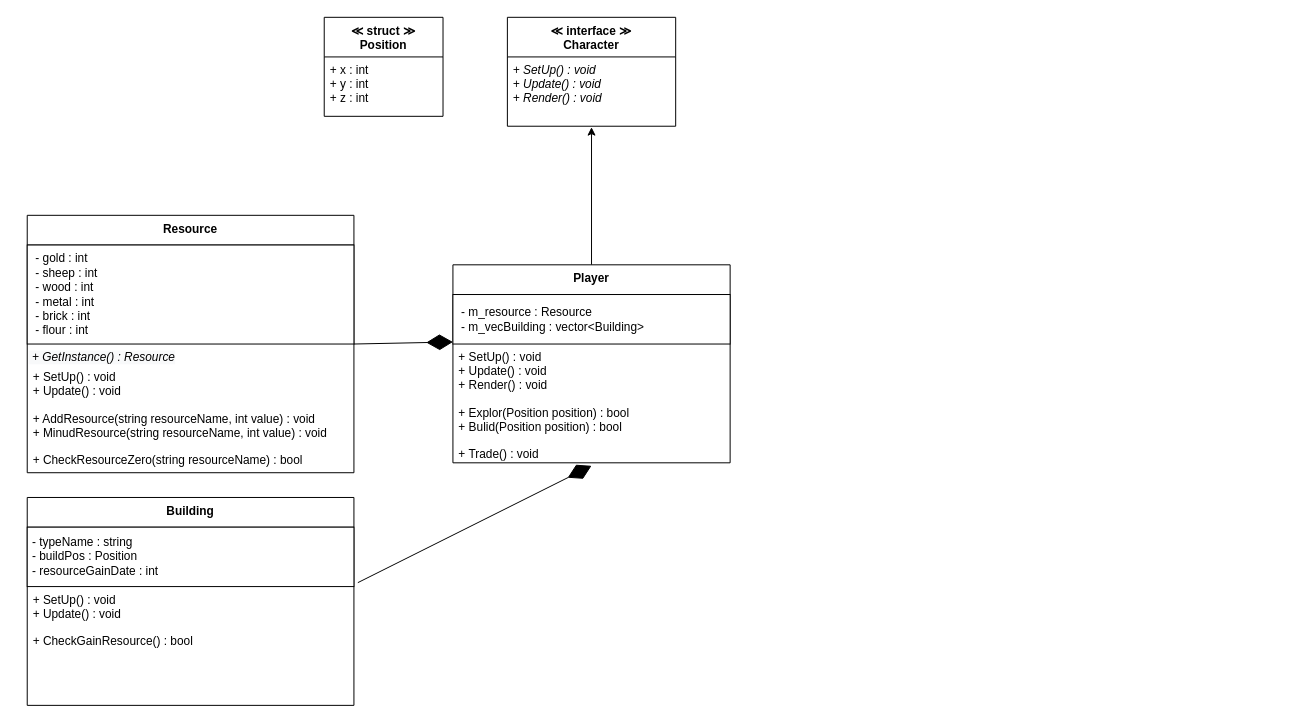
This is 00. 기획 수업/과제/201017 기획과제_design homework.drawio from tireDep/InhaUniv_Education, a draw.io file, before an edit. Source tidied: cells renumbered, new cells numbered last; positions are measured from the earlier drawing's top-left corner, leaving out a move shared by most shapes. Both pictures are drawn from the tidied source at 99%, with x=0, y=0 at pixel (27, 17).
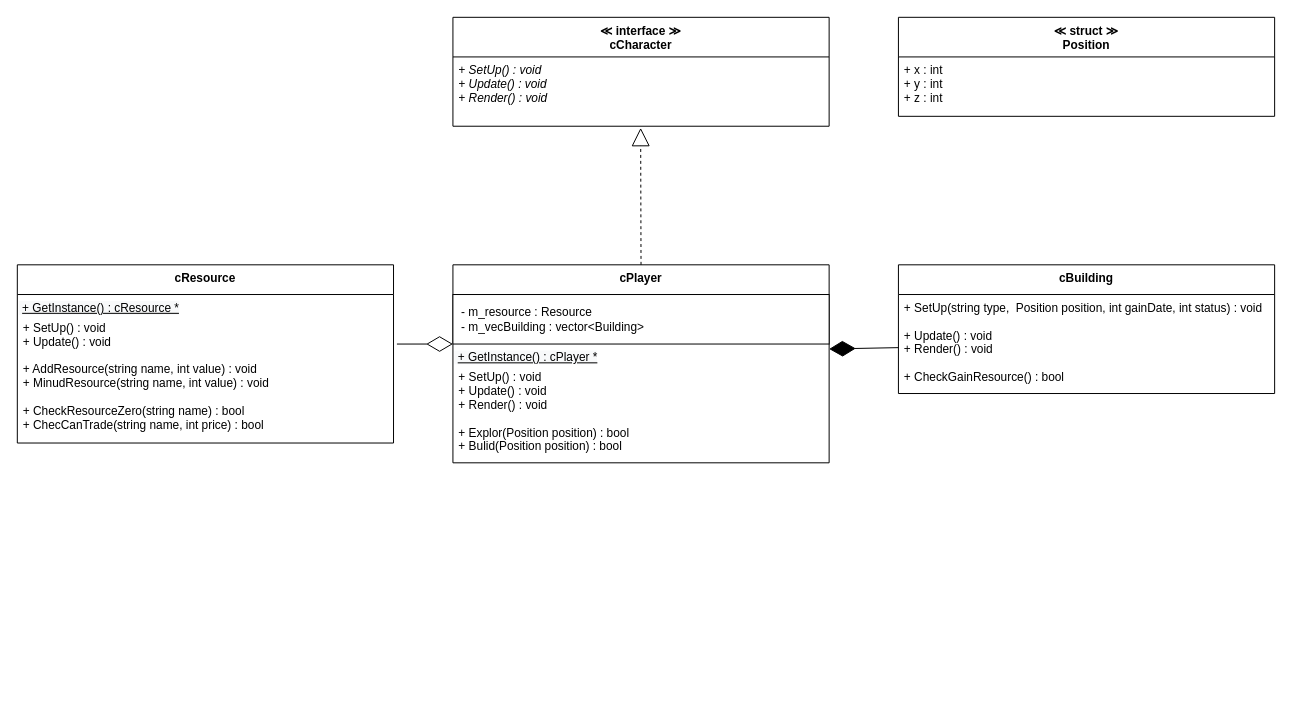
Above is the later version.

What changed in the source:
```diff
@@
 <mxGraphModel>
   <root>
     <mxCell id="0" />
     <mxCell id="1" parent="0" />
-    <mxCell id="2" style="endArrow=classic;html=1;exitX=0.5;exitY=0;exitDx=0;exitDy=0;entryX=0.5;entryY=1.014;entryDx=0;entryDy=0;entryPerimeter=0;" parent="1" edge="1" source="8" target="12">
-      <mxGeometry relative="1" as="geometry" />
-    </mxCell>
-    <mxCell id="3" style="endArrow=diamondThin;endFill=1;endSize=24;html=1;entryX=0;entryY=-0.017;entryDx=0;entryDy=0;exitX=1;exitY=0;exitDx=0;exitDy=0;entryPerimeter=0;" parent="1" edge="1" source="6" target="10">
+    <mxCell id="3" style="endArrow=diamondThin;endFill=0;endSize=24;html=1;entryX=0;entryY=0;entryDx=0;entryDy=0;exitX=1.009;exitY=0.231;exitDx=0;exitDy=0;exitPerimeter=0;" parent="1" edge="1" source="7" target="19">
       <mxGeometry relative="1" as="geometry" />
     </mxCell>
-    <mxCell id="4" value="Resource" style="swimlane;fontStyle=1;align=center;verticalAlign=top;horizontal=1;startSize=30;" parent="1" vertex="1">
-      <mxGeometry y="200" width="330" height="260" as="geometry" />
-    </mxCell>
-    <mxCell id="5" value="&amp;nbsp; - gold : int&lt;br&gt;&amp;nbsp; - sheep : int&lt;br&gt;&amp;nbsp; - wood : int&lt;br&gt;&amp;nbsp; - metal : int&lt;br&gt;&amp;nbsp; - brick : int&lt;br&gt;&amp;nbsp; - flour : int" style="html=1;align=left;" parent="4" vertex="1">
-      <mxGeometry y="30" width="330" height="100" as="geometry" />
-    </mxCell>
-    <mxCell id="6" value="&lt;span style=&quot;color: rgb(0 , 0 , 0) ; font-family: &amp;#34;helvetica&amp;#34; ; font-size: 12px ; font-weight: 400 ; letter-spacing: normal ; text-align: left ; text-indent: 0px ; text-transform: none ; word-spacing: 0px ; background-color: rgb(248 , 249 , 250) ; display: inline ; float: none&quot;&gt;&lt;i&gt;&amp;nbsp;+ GetInstance() : Resource&lt;/i&gt;&lt;/span&gt;" style="text;whiteSpace=wrap;html=1;" parent="4" vertex="1">
-      <mxGeometry y="130" width="330" height="20" as="geometry" />
-    </mxCell>
-    <mxCell id="7" value="+ SetUp() : void&#10;+ Update() : void&#10;&#10;+ AddResource(string resourceName, int value) : void&#10;+ MinudResource(string resourceName, int value) : void&#10;&#10;+ CheckResourceZero(string resourceName) : bool" style="text;strokeColor=none;fillColor=none;align=left;verticalAlign=top;spacingLeft=4;spacingRight=4;overflow=hidden;points=[[0,0.5],[1,0.5]];portConstraint=eastwest;" parent="4" vertex="1">
-      <mxGeometry y="150" width="330" height="110" as="geometry" />
-    </mxCell>
+    <mxCell id="15" style="endArrow=diamondThin;endFill=1;endSize=24;html=1;entryX=1;entryY=0.25;entryDx=0;entryDy=0;startSize=6;jumpSize=0;" parent="1" edge="1" source="18" target="19">
+      <mxGeometry relative="1" as="geometry" />
+    </mxCell>
-    <mxCell id="8" value="Player" style="swimlane;fontStyle=1;align=center;verticalAlign=top;horizontal=1;startSize=30;" parent="1" vertex="1">
-      <mxGeometry x="430" y="250" width="280" height="200" as="geometry" />
+    <mxCell id="8" value="cPlayer" style="swimlane;fontStyle=1;align=center;verticalAlign=top;horizontal=1;startSize=30;" parent="1" vertex="1">
+      <mxGeometry x="430" y="250" width="380" height="200" as="geometry" />
     </mxCell>
     <mxCell id="9" value="&lt;span&gt;&amp;nbsp; - m_resource :&amp;nbsp;&lt;/span&gt;Resource&amp;nbsp;&lt;br&gt;&amp;nbsp; - m_vecBuilding : vector&amp;lt;Building&amp;gt;" style="html=1;align=left;" parent="8" vertex="1">
-      <mxGeometry y="30" width="280" height="50" as="geometry" />
+      <mxGeometry y="30" width="380" height="50" as="geometry" />
     </mxCell>
+    <mxCell id="19" value="&lt;span style=&quot;color: rgb(0 , 0 , 0) ; font-family: &amp;#34;helvetica&amp;#34; ; font-size: 12px ; font-weight: 400 ; letter-spacing: normal ; text-align: left ; text-indent: 0px ; text-transform: none ; word-spacing: 0px ; background-color: rgb(248 , 249 , 250) ; display: inline ; float: none&quot;&gt;&amp;nbsp;&lt;u&gt;+ GetInstance() : cPlayer *&lt;/u&gt;&lt;/span&gt;" style="text;whiteSpace=wrap;html=1;" parent="8" vertex="1">
+      <mxGeometry y="80" width="380" height="20" as="geometry" />
+    </mxCell>
-    <mxCell id="10" value="+ SetUp() : void&#10;+ Update() : void&#10;+ Render() : void&#10;&#10;+ Explor(Position position) : bool&#10;+ Bulid(Position position) : bool&#10;&#10;+ Trade() : void" style="text;strokeColor=none;fillColor=none;align=left;verticalAlign=top;spacingLeft=4;spacingRight=4;overflow=hidden;points=[[0,0.5],[1,0.5]];portConstraint=eastwest;" parent="8" vertex="1">
-      <mxGeometry y="80" width="280" height="120" as="geometry" />
+    <mxCell id="10" value="+ SetUp() : void&#10;+ Update() : void&#10;+ Render() : void&#10;&#10;+ Explor(Position position) : bool&#10;+ Bulid(Position position) : bool" style="text;strokeColor=none;fillColor=none;align=left;verticalAlign=top;spacingLeft=4;spacingRight=4;overflow=hidden;points=[[0,0.5],[1,0.5]];portConstraint=eastwest;" parent="8" vertex="1">
+      <mxGeometry y="100" width="380" height="100" as="geometry" />
     </mxCell>
+    <mxCell id="2" style="endArrow=block;endSize=16;endFill=0;html=1;entryX=0.499;entryY=1.024;entryDx=0;entryDy=0;entryPerimeter=0;exitX=0.5;exitY=0;exitDx=0;exitDy=0;dashed=1;" parent="1" edge="1" source="8" target="12">
+      <mxGeometry relative="1" as="geometry" />
+    </mxCell>
-    <mxCell id="11" value="≪ interface ≫&#10;Character" style="swimlane;fontStyle=1;align=center;verticalAlign=top;horizontal=1;startSize=40;" parent="1" vertex="1">
-      <mxGeometry x="485" width="170" height="110" as="geometry" />
+    <mxCell id="11" value="≪ interface ≫&#10;cCharacter" style="swimlane;fontStyle=1;align=center;verticalAlign=top;horizontal=1;startSize=40;" parent="1" vertex="1">
+      <mxGeometry x="430" width="380" height="110" as="geometry" />
     </mxCell>
     <mxCell id="12" value="+ SetUp() : void&#10;+ Update() : void&#10;+ Render() : void" style="text;strokeColor=none;fillColor=none;align=left;verticalAlign=top;spacingLeft=4;spacingRight=4;overflow=hidden;points=[[0,0.5],[1,0.5]];portConstraint=eastwest;fontStyle=2;" parent="11" vertex="1">
-      <mxGeometry y="40" width="170" height="70" as="geometry" />
+      <mxGeometry y="40" width="380" height="70" as="geometry" />
     </mxCell>
     <mxCell id="13" value="≪ struct ≫&#10;Position" style="swimlane;fontStyle=1;align=center;verticalAlign=top;horizontal=1;startSize=40;" parent="1" vertex="1">
-      <mxGeometry x="300" width="120" height="100" as="geometry" />
+      <mxGeometry x="880" width="380" height="100" as="geometry" />
     </mxCell>
     <mxCell id="14" value="+ x : int&#10;+ y : int&#10;+ z : int" style="text;strokeColor=none;fillColor=none;align=left;verticalAlign=top;spacingLeft=4;spacingRight=4;overflow=hidden;fontStyle=0;" parent="13" vertex="1">
-      <mxGeometry y="40" width="120" height="60" as="geometry" />
+      <mxGeometry y="40" width="380" height="60" as="geometry" />
     </mxCell>
-    <mxCell id="15" style="endArrow=diamondThin;endFill=1;endSize=24;html=1;entryX=0.5;entryY=1.025;entryDx=0;entryDy=0;entryPerimeter=0;exitX=1.012;exitY=-0.033;exitDx=0;exitDy=0;exitPerimeter=0;" parent="1" edge="1" source="18" target="10">
-      <mxGeometry relative="1" as="geometry" />
-    </mxCell>
-    <mxCell id="16" value="Building" style="swimlane;fontStyle=1;align=center;verticalAlign=top;horizontal=1;startSize=30;" parent="1" vertex="1">
-      <mxGeometry y="485" width="330" height="210" as="geometry" />
+    <mxCell id="16" value="cBuilding" style="swimlane;fontStyle=1;align=center;verticalAlign=top;horizontal=1;startSize=30;" parent="1" vertex="1">
+      <mxGeometry x="880" y="250" width="380" height="130" as="geometry" />
     </mxCell>
-    <mxCell id="17" value="&amp;nbsp;- typeName : string&lt;br&gt;&amp;nbsp;- buildPos : Position&lt;br&gt;&amp;nbsp;- resourceGainDate : int" style="html=1;align=left;" parent="16" vertex="1">
-      <mxGeometry y="30" width="330" height="60" as="geometry" />
-    </mxCell>
-    <mxCell id="18" value="+ SetUp() : void&#10;+ Update() : void&#10;&#10;+ CheckGainResource() : bool" style="text;strokeColor=none;fillColor=none;align=left;verticalAlign=top;spacingLeft=4;spacingRight=4;overflow=hidden;points=[[0,0.5],[1,0.5]];portConstraint=eastwest;" parent="16" vertex="1">
-      <mxGeometry y="90" width="330" height="120" as="geometry" />
+    <mxCell id="18" value="+ SetUp(string type,  Position position, int gainDate, int status) : void&#10;&#10;+ Update() : void&#10;+ Render() : void&#10;&#10;+ CheckGainResource() : bool" style="text;strokeColor=none;fillColor=none;align=left;verticalAlign=top;spacingLeft=4;spacingRight=4;overflow=hidden;points=[[0,0.5],[1,0.5]];portConstraint=eastwest;" parent="16" vertex="1">
+      <mxGeometry y="30" width="380" height="100" as="geometry" />
     </mxCell>
+    <mxCell id="4" value="cResource" style="swimlane;fontStyle=1;align=center;verticalAlign=top;horizontal=1;startSize=30;" parent="1" vertex="1">
+      <mxGeometry x="-10" y="250" width="380" height="180" as="geometry" />
+    </mxCell>
+    <mxCell id="6" value="&lt;span style=&quot;color: rgb(0 , 0 , 0) ; font-family: &amp;#34;helvetica&amp;#34; ; font-size: 12px ; font-weight: 400 ; letter-spacing: normal ; text-align: left ; text-indent: 0px ; text-transform: none ; word-spacing: 0px ; background-color: rgb(248 , 249 , 250) ; display: inline ; float: none&quot;&gt;&amp;nbsp;&lt;u&gt;+ GetInstance() : cResource *&lt;/u&gt;&lt;/span&gt;" style="text;whiteSpace=wrap;html=1;" parent="4" vertex="1">
+      <mxGeometry y="30" width="380" height="20" as="geometry" />
+    </mxCell>
+    <mxCell id="7" value="+ SetUp() : void&#10;+ Update() : void&#10;&#10;+ AddResource(string name, int value) : void&#10;+ MinudResource(string name, int value) : void&#10;&#10;+ CheckResourceZero(string name) : bool&#10;+ ChecCanTrade(string name, int price) : bool" style="text;strokeColor=none;fillColor=none;align=left;verticalAlign=top;spacingLeft=4;spacingRight=4;overflow=hidden;points=[[0,0.5],[1,0.5]];portConstraint=eastwest;" parent="4" vertex="1">
+      <mxGeometry y="50" width="380" height="130" as="geometry" />
+    </mxCell>
   </root>
 </mxGraphModel>
```
